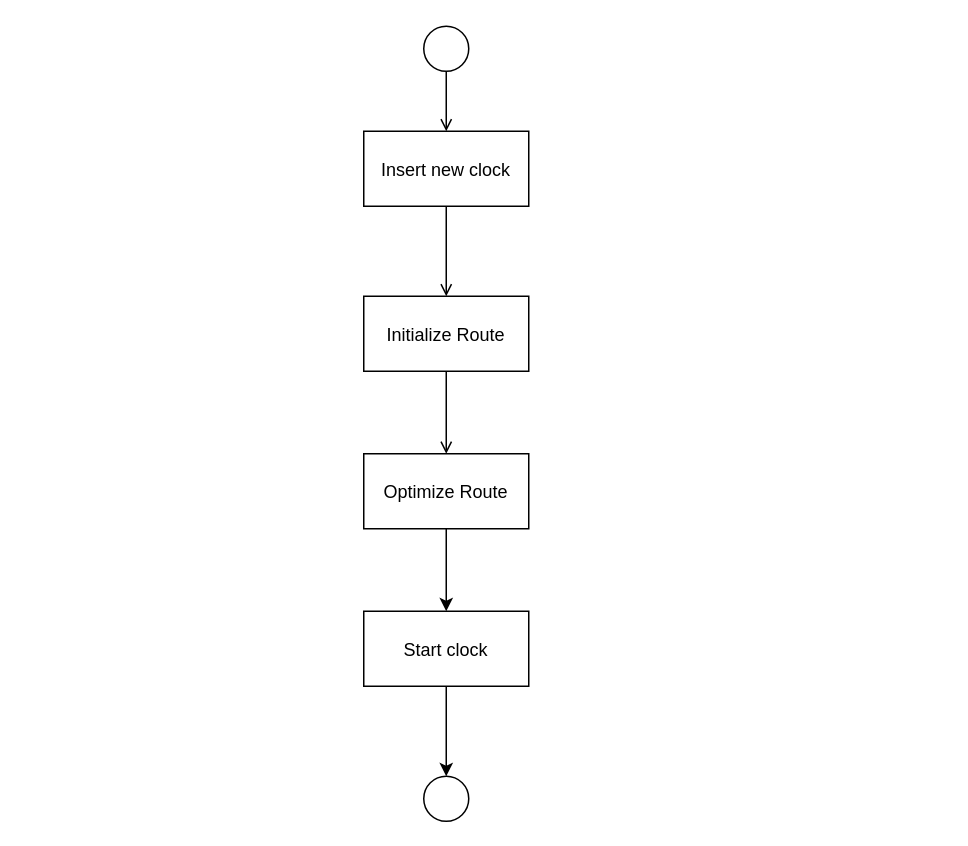
xiechuxi/Memorophila_computing keeps this draw.io diagram as Insert_task.drawio. Above is the earlier version. Source tidied: cells renumbered, new cells numbered last; positions are measured from the earlier drawing's top-left corner, leaving out a move shared by most shapes. Both pictures are drawn from the tidied source at 150%, with x=0, y=0 at pixel (363, 26).
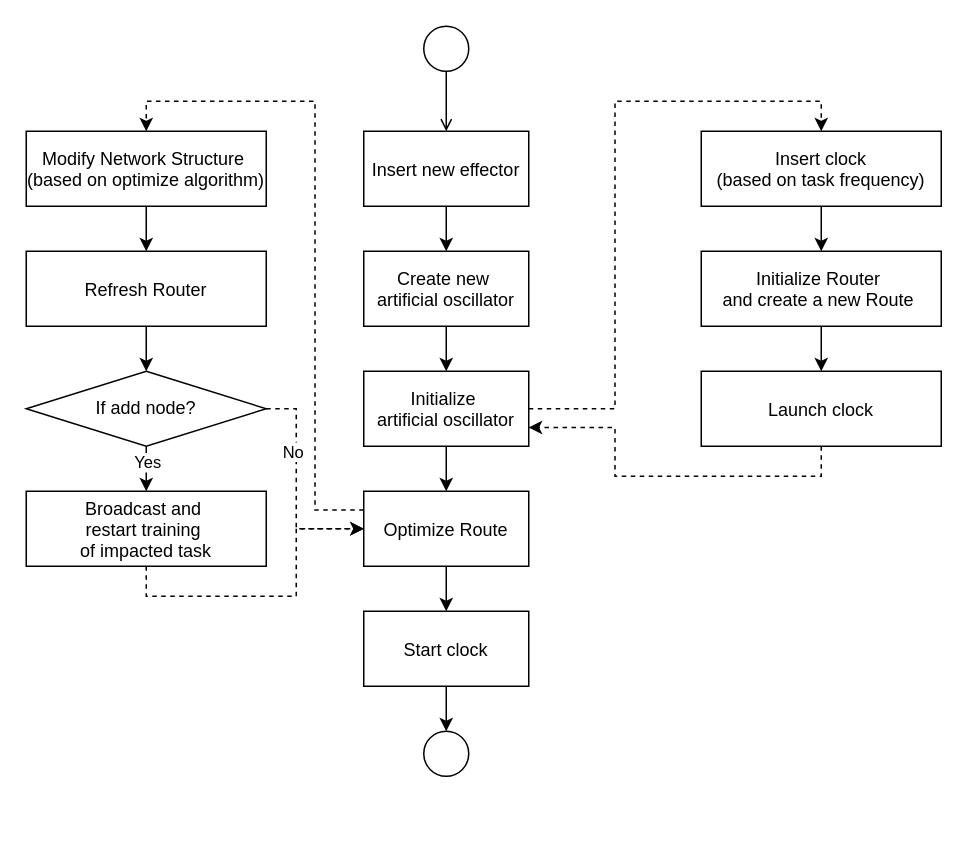
After the change.

The edit, as a diff of the source:
```diff
@@
+    <mxCell id="13" style="edgeStyle=orthogonalEdgeStyle;rounded=0;jettySize=auto;html=1;" parent="1" edge="1" source="2" target="18">
+      <mxGeometry relative="1" as="geometry" />
+    </mxCell>
-    <mxCell id="2" value="Insert new clock" parent="1" vertex="1">
+    <mxCell id="2" value="Insert new effector" parent="1" vertex="1">
       <mxGeometry y="70" width="110" height="50" as="geometry" />
     </mxCell>
+    <mxCell id="14" style="edgeStyle=orthogonalEdgeStyle;rounded=0;jettySize=auto;html=1;exitX=1;exitY=0.5;exitDx=0;exitDy=0;entryX=0.5;entryY=0;entryDx=0;entryDy=0;dashed=1;" parent="1" edge="1" source="3" target="20">
+      <mxGeometry relative="1" as="geometry" />
+    </mxCell>
+    <mxCell id="15" style="edgeStyle=orthogonalEdgeStyle;rounded=0;jettySize=auto;html=1;" parent="1" edge="1" source="3" target="6">
+      <mxGeometry relative="1" as="geometry" />
+    </mxCell>
-    <mxCell id="3" value="Initialize Route" parent="1" vertex="1">
-      <mxGeometry y="180" width="110" height="50" as="geometry" />
+    <mxCell id="3" value="Initialize &#10;artificial oscillator" parent="1" vertex="1">
+      <mxGeometry y="230" width="110" height="50" as="geometry" />
     </mxCell>
-    <mxCell id="4" style="endArrow=open;strokeColor=#000000;endFill=1;rounded=0;" parent="1" edge="1" source="2" target="3">
-      <mxGeometry relative="1" as="geometry" />
-    </mxCell>
@@
+    <mxCell id="16" style="edgeStyle=orthogonalEdgeStyle;rounded=0;jettySize=auto;html=1;exitX=0;exitY=0.25;exitDx=0;exitDy=0;entryX=0.5;entryY=0;entryDx=0;entryDy=0;dashed=1;" parent="1" edge="1" source="6" target="26">
+      <mxGeometry relative="1" as="geometry" />
+    </mxCell>
     <mxCell id="6" value="Optimize Route" parent="1" vertex="1">
-      <mxGeometry y="285" width="110" height="50" as="geometry" />
+      <mxGeometry y="310" width="110" height="50" as="geometry" />
     </mxCell>
-    <mxCell id="7" style="endArrow=open;strokeColor=#000000;endFill=1;rounded=0;" parent="1" edge="1" target="6">
-      <mxGeometry relative="1" as="geometry">
-        <mxPoint x="55" y="230" as="sourcePoint" />
-      </mxGeometry>
-    </mxCell>
@@
     <mxCell id="10" style="ellipse;whiteSpace=wrap;html=1;" parent="1" vertex="1">
-      <mxGeometry x="40" y="500" width="30" height="30" as="geometry" />
+      <mxGeometry x="40" y="470" width="30" height="30" as="geometry" />
     </mxCell>
@@
+    <mxCell id="17" style="edgeStyle=orthogonalEdgeStyle;rounded=0;jettySize=auto;html=1;" parent="1" edge="1" source="18" target="3">
+      <mxGeometry relative="1" as="geometry" />
+    </mxCell>
+    <mxCell id="18" value="Create new &#10;artificial oscillator" parent="1" vertex="1">
+      <mxGeometry y="150" width="110" height="50" as="geometry" />
+    </mxCell>
+    <mxCell id="19" style="edgeStyle=orthogonalEdgeStyle;rounded=0;jettySize=auto;html=1;" parent="1" edge="1" source="20" target="24">
+      <mxGeometry relative="1" as="geometry" />
+    </mxCell>
+    <mxCell id="20" value="Insert clock&#10;(based on task frequency)" parent="1" vertex="1">
+      <mxGeometry x="225" y="70" width="160" height="50" as="geometry" />
+    </mxCell>
+    <mxCell id="21" style="edgeStyle=orthogonalEdgeStyle;rounded=0;jettySize=auto;html=1;exitX=0.5;exitY=1;exitDx=0;exitDy=0;entryX=1;entryY=0.75;entryDx=0;entryDy=0;dashed=1;" parent="1" edge="1" source="22" target="3">
+      <mxGeometry relative="1" as="geometry" />
+    </mxCell>
+    <mxCell id="22" value="Launch clock" parent="1" vertex="1">
+      <mxGeometry x="225" y="230" width="160" height="50" as="geometry" />
+    </mxCell>
+    <mxCell id="23" style="edgeStyle=orthogonalEdgeStyle;rounded=0;jettySize=auto;html=1;" parent="1" edge="1" source="24" target="22">
+      <mxGeometry relative="1" as="geometry" />
+    </mxCell>
+    <mxCell id="24" value="Initialize Router &#10;and create a new Route " parent="1" vertex="1">
+      <mxGeometry x="225" y="150" width="160" height="50" as="geometry" />
+    </mxCell>
+    <mxCell id="25" style="edgeStyle=orthogonalEdgeStyle;rounded=0;jettySize=auto;html=1;" parent="1" edge="1" source="26" target="28">
+      <mxGeometry relative="1" as="geometry" />
+    </mxCell>
+    <mxCell id="26" value="Modify Network Structure &#10;(based on optimize algorithm)" parent="1" vertex="1">
+      <mxGeometry x="-225" y="70" width="160" height="50" as="geometry" />
+    </mxCell>
+    <mxCell id="27" style="edgeStyle=orthogonalEdgeStyle;rounded=0;jettySize=auto;html=1;" parent="1" edge="1" source="28">
+      <mxGeometry relative="1" as="geometry">
+        <mxPoint x="-145" y="230" as="targetPoint" />
+      </mxGeometry>
+    </mxCell>
+    <mxCell id="28" value="Refresh Router" parent="1" vertex="1">
+      <mxGeometry x="-225" y="150" width="160" height="50" as="geometry" />
+    </mxCell>
+    <mxCell id="29" style="edgeStyle=orthogonalEdgeStyle;rounded=0;jettySize=auto;html=1;" parent="1" edge="1" source="33" target="35">
+      <mxGeometry relative="1" as="geometry" />
+    </mxCell>
+    <mxCell id="30" value="Yes" style="edgeLabel;html=1;align=center;verticalAlign=middle;" parent="29" vertex="1">
+      <mxGeometry x="0.39" y="-4" relative="1" as="geometry">
+        <mxPoint x="4" y="-5" as="offset" />
+      </mxGeometry>
+    </mxCell>
+    <mxCell id="31" style="edgeStyle=orthogonalEdgeStyle;rounded=0;jettySize=auto;html=1;exitX=1;exitY=0.5;exitDx=0;exitDy=0;entryX=0;entryY=0.5;entryDx=0;entryDy=0;dashed=1;" parent="1" edge="1" source="33" target="6">
+      <mxGeometry relative="1" as="geometry">
+        <Array as="points">
+          <mxPoint x="-45" y="255" />
+          <mxPoint x="-45" y="335" />
+        </Array>
+      </mxGeometry>
+    </mxCell>
+    <mxCell id="32" value="No" style="edgeLabel;html=1;align=center;verticalAlign=middle;" parent="31" vertex="1">
+      <mxGeometry x="-0.34" y="-3" relative="1" as="geometry" />
+    </mxCell>
+    <mxCell id="33" value="If add node?" style="rhombus;whiteSpace=wrap;html=1;" parent="1" vertex="1">
+      <mxGeometry x="-225" y="230" width="160" height="50" as="geometry" />
+    </mxCell>
+    <mxCell id="34" style="edgeStyle=orthogonalEdgeStyle;rounded=0;jettySize=auto;html=1;exitX=0.5;exitY=1;exitDx=0;exitDy=0;entryX=0;entryY=0.5;entryDx=0;entryDy=0;dashed=1;" parent="1" edge="1" source="35" target="6">
+      <mxGeometry relative="1" as="geometry">
+        <Array as="points">
+          <mxPoint x="-145" y="380" />
+          <mxPoint x="-45" y="380" />
+          <mxPoint x="-45" y="335" />
+        </Array>
+      </mxGeometry>
+    </mxCell>
+    <mxCell id="35" value="Broadcast and &#10;restart training &#10;of impacted task" parent="1" vertex="1">
+      <mxGeometry x="-225" y="310" width="160" height="50" as="geometry" />
+    </mxCell>
```
